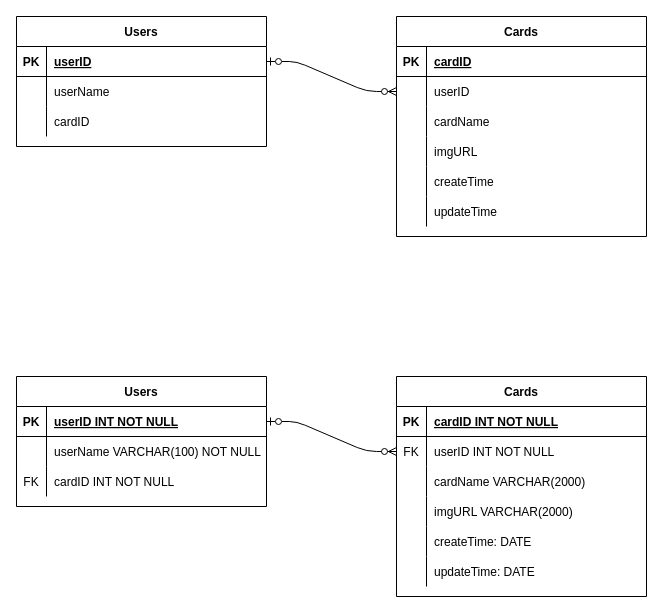
endofheat/9OctSECohort keeps this draw.io diagram as MiniProject3/mongodb-app/publics/Mini Project 3.drawio. Above is the earlier version. Source tidied: cells renumbered, new cells numbered last; positions are measured from the earlier drawing's top-left corner, leaving out a move shared by most shapes. Both pictures are drawn from the tidied source at 100%, with x=0, y=0 at pixel (16, 16).
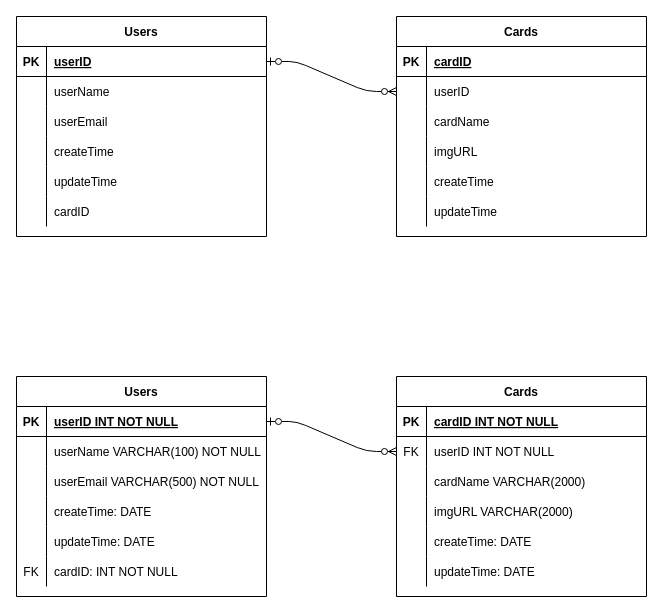
The same page after the edit.

The edit, as a diff of the source:
```diff
@@
     <mxCell id="22" value="Users" style="shape=table;startSize=30;childLayout=tableLayout;rowLines=0;fontStyle=1;align=center;" parent="1" vertex="1">
-      <mxGeometry width="250" height="130" as="geometry" />
+      <mxGeometry width="250" height="220" as="geometry" />
     </mxCell>
@@
+    <mxCell id="62" style="shape=partialRectangle;fillColor=none;top=0;left=0;right=0;bottom=0;" parent="22" vertex="1">
+      <mxGeometry y="90" width="250" height="30" as="geometry" />
+    </mxCell>
+    <mxCell id="63" style="shape=partialRectangle;overflow=hidden;fillColor=none;top=0;left=0;bottom=0;right=0;" parent="62" vertex="1">
+      <mxGeometry width="30" height="30" as="geometry" />
+    </mxCell>
+    <mxCell id="64" value="userEmail" style="shape=partialRectangle;overflow=hidden;fillColor=none;top=0;left=0;bottom=0;right=0;align=left;spacingLeft=6;" parent="62" vertex="1">
+      <mxGeometry x="30" width="220" height="30" as="geometry" />
+    </mxCell>
+    <mxCell id="65" style="shape=partialRectangle;fillColor=none;top=0;left=0;right=0;bottom=0;" parent="22" vertex="1">
+      <mxGeometry y="120" width="250" height="30" as="geometry" />
+    </mxCell>
+    <mxCell id="66" style="shape=partialRectangle;overflow=hidden;fillColor=none;top=0;left=0;bottom=0;right=0;" parent="65" vertex="1">
+      <mxGeometry width="30" height="30" as="geometry" />
+    </mxCell>
+    <mxCell id="67" value="createTime" style="shape=partialRectangle;overflow=hidden;fillColor=none;top=0;left=0;bottom=0;right=0;align=left;spacingLeft=6;" parent="65" vertex="1">
+      <mxGeometry x="30" width="220" height="30" as="geometry" />
+    </mxCell>
+    <mxCell id="68" style="shape=partialRectangle;fillColor=none;top=0;left=0;right=0;bottom=0;" parent="22" vertex="1">
+      <mxGeometry y="150" width="250" height="30" as="geometry" />
+    </mxCell>
+    <mxCell id="69" style="shape=partialRectangle;overflow=hidden;fillColor=none;top=0;left=0;bottom=0;right=0;" parent="68" vertex="1">
+      <mxGeometry width="30" height="30" as="geometry" />
+    </mxCell>
+    <mxCell id="70" value="updateTime" style="shape=partialRectangle;overflow=hidden;fillColor=none;top=0;left=0;bottom=0;right=0;align=left;spacingLeft=6;" parent="68" vertex="1">
+      <mxGeometry x="30" width="220" height="30" as="geometry" />
+    </mxCell>
     <mxCell id="29" style="shape=partialRectangle;fillColor=none;top=0;left=0;right=0;bottom=0;" parent="22" vertex="1">
-      <mxGeometry y="90" width="250" height="30" as="geometry" />
+      <mxGeometry y="180" width="250" height="30" as="geometry" />
     </mxCell>
@@
     <mxCell id="52" value="Users" style="shape=table;startSize=30;childLayout=tableLayout;rowLines=0;fontStyle=1;align=center;" parent="1" vertex="1">
-      <mxGeometry y="360" width="250" height="130" as="geometry" />
+      <mxGeometry y="360" width="250" height="220" as="geometry" />
     </mxCell>
@@
+    <mxCell id="71" style="shape=partialRectangle;fillColor=none;top=0;left=0;right=0;bottom=0;" parent="52" vertex="1">
+      <mxGeometry y="90" width="250" height="30" as="geometry" />
+    </mxCell>
+    <mxCell id="72" style="shape=partialRectangle;overflow=hidden;fillColor=none;top=0;left=0;bottom=0;right=0;" parent="71" vertex="1">
+      <mxGeometry width="30" height="30" as="geometry" />
+    </mxCell>
+    <mxCell id="73" value="userEmail VARCHAR(500) NOT NULL" style="shape=partialRectangle;overflow=hidden;fillColor=none;top=0;left=0;bottom=0;right=0;align=left;spacingLeft=6;" parent="71" vertex="1">
+      <mxGeometry x="30" width="220" height="30" as="geometry" />
+    </mxCell>
+    <mxCell id="74" style="shape=partialRectangle;fillColor=none;top=0;left=0;right=0;bottom=0;" parent="52" vertex="1">
+      <mxGeometry y="120" width="250" height="30" as="geometry" />
+    </mxCell>
+    <mxCell id="75" style="shape=partialRectangle;overflow=hidden;fillColor=none;top=0;left=0;bottom=0;right=0;" parent="74" vertex="1">
+      <mxGeometry width="30" height="30" as="geometry" />
+    </mxCell>
+    <mxCell id="76" value="createTime: DATE" style="shape=partialRectangle;overflow=hidden;fillColor=none;top=0;left=0;bottom=0;right=0;align=left;spacingLeft=6;" parent="74" vertex="1">
+      <mxGeometry x="30" width="220" height="30" as="geometry" />
+    </mxCell>
+    <mxCell id="77" style="shape=partialRectangle;fillColor=none;top=0;left=0;right=0;bottom=0;" parent="52" vertex="1">
+      <mxGeometry y="150" width="250" height="30" as="geometry" />
+    </mxCell>
+    <mxCell id="78" style="shape=partialRectangle;overflow=hidden;fillColor=none;top=0;left=0;bottom=0;right=0;" parent="77" vertex="1">
+      <mxGeometry width="30" height="30" as="geometry" />
+    </mxCell>
+    <mxCell id="79" value="updateTime: DATE" style="shape=partialRectangle;overflow=hidden;fillColor=none;top=0;left=0;bottom=0;right=0;align=left;spacingLeft=6;" parent="77" vertex="1">
+      <mxGeometry x="30" width="220" height="30" as="geometry" />
+    </mxCell>
     <mxCell id="59" style="shape=partialRectangle;fillColor=none;top=0;left=0;right=0;bottom=0;" parent="52" vertex="1">
-      <mxGeometry y="90" width="250" height="30" as="geometry" />
+      <mxGeometry y="180" width="250" height="30" as="geometry" />
     </mxCell>
@@
-    <mxCell id="61" value="cardID INT NOT NULL" style="shape=partialRectangle;overflow=hidden;fillColor=none;top=0;left=0;bottom=0;right=0;align=left;spacingLeft=6;" parent="59" vertex="1">
+    <mxCell id="61" value="cardID: INT NOT NULL" style="shape=partialRectangle;overflow=hidden;fillColor=none;top=0;left=0;bottom=0;right=0;align=left;spacingLeft=6;" parent="59" vertex="1">
       <mxGeometry x="30" width="220" height="30" as="geometry" />
     </mxCell>
```
